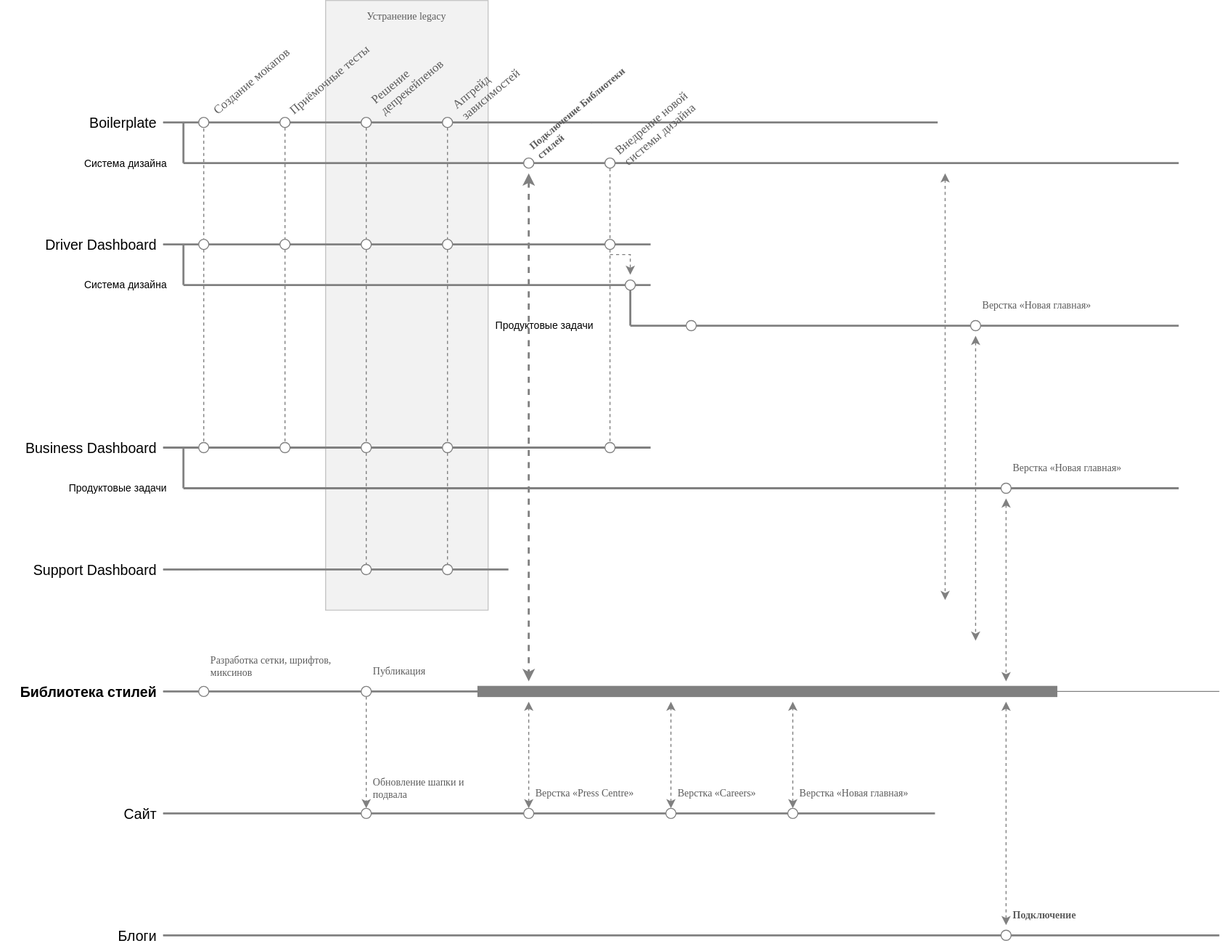
The draw.io diagram web-roadmaps.svg in ajile/draw-io, before a commit. Source tidied: cells renumbered, new cells last; positions are measured from the earlier drawing's top-left corner, leaving out a move shared by most shapes.
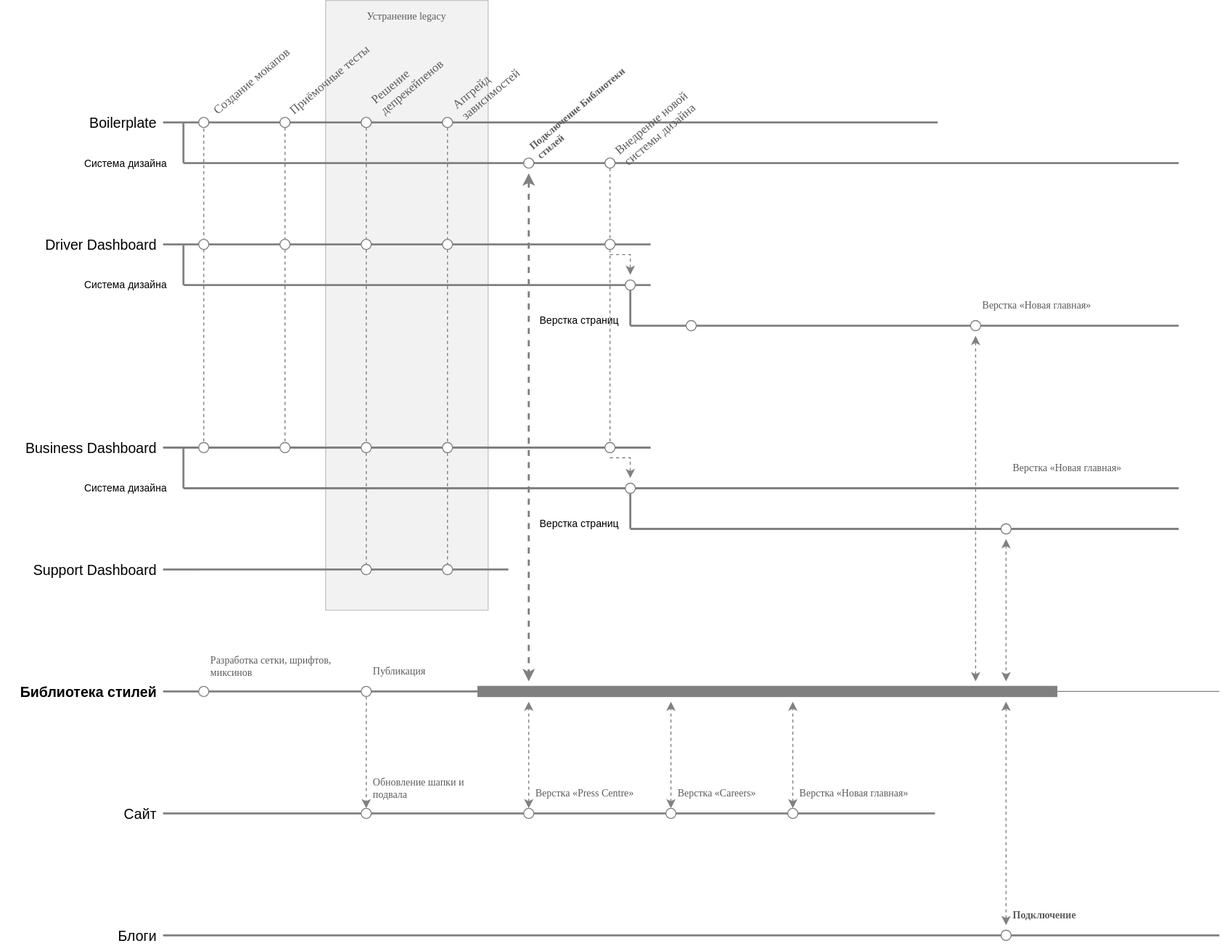
Above is the later version.

What changed in the source:
```diff
@@ -283,7 +283,7 @@
     <mxCell id="78" style="edgeStyle=orthogonalEdgeStyle;rounded=0;html=1;dashed=1;labelBackgroundColor=none;startArrow=classic;startFill=1;endArrow=classic;endFill=1;jettySize=auto;orthogonalLoop=1;strokeColor=#808080;strokeWidth=1;fontFamily=Verdana;fontSize=10;fontColor=#5C5C5C;" parent="1" edge="1">
       <mxGeometry relative="1" as="geometry">
         <mxPoint x="960" y="330" as="sourcePoint" />
-        <mxPoint x="960" y="630" as="targetPoint" />
+        <mxPoint x="960" y="670" as="targetPoint" />
       </mxGeometry>
     </mxCell>
     <mxCell id="79" style="endArrow=none;html=1;labelBackgroundColor=none;strokeColor=#808080;strokeWidth=2;fontFamily=Verdana;fontSize=12;fontColor=#5C5C5C;" parent="1" edge="1">
@@ -298,15 +298,12 @@
         <mxPoint x="180" y="440" as="targetPoint" />
       </mxGeometry>
     </mxCell>
-    <mxCell id="81" style="ellipse;whiteSpace=wrap;html=1;rounded=0;shadow=0;strokeColor=#808080;strokeWidth=1;fillColor=#ffffff;gradientColor=none;fontFamily=Verdana;fontSize=12;fontColor=#5C5C5C;align=left;" parent="1" vertex="1">
-      <mxGeometry x="985" y="475" width="10" height="10" as="geometry" />
-    </mxCell>
     <mxCell id="82" value="Верстка «Новая главная»" style="text;html=1;strokeColor=none;fillColor=none;align=left;verticalAlign=middle;whiteSpace=wrap;rounded=0;shadow=0;fontFamily=Verdana;fontSize=10;fontColor=#5C5C5C;horizontal=1;" parent="1" vertex="1">
       <mxGeometry x="995" y="450" width="165" height="20" as="geometry" />
     </mxCell>
     <mxCell id="83" style="edgeStyle=orthogonalEdgeStyle;rounded=0;html=1;dashed=1;labelBackgroundColor=none;startArrow=classic;startFill=1;endArrow=classic;endFill=1;jettySize=auto;orthogonalLoop=1;strokeColor=#808080;strokeWidth=1;fontFamily=Verdana;fontSize=10;fontColor=#5C5C5C;" parent="1" edge="1">
       <mxGeometry relative="1" as="geometry">
-        <mxPoint x="990" y="490" as="sourcePoint" />
+        <mxPoint x="990" y="530" as="sourcePoint" />
         <mxPoint x="990" y="670" as="targetPoint" />
       </mxGeometry>
     </mxCell>
@@ -328,12 +325,6 @@
     <mxCell id="87" value="Подключение Библиотеки стилей" style="text;html=1;strokeColor=none;fillColor=none;align=left;verticalAlign=middle;whiteSpace=wrap;rounded=0;shadow=0;fontFamily=Verdana;fontSize=10;fontColor=#5C5C5C;horizontal=1;fontStyle=1;rotation=-40;" parent="1" vertex="1">
       <mxGeometry x="510" y="95" width="125" height="30" as="geometry" />
     </mxCell>
-    <mxCell id="88" style="edgeStyle=orthogonalEdgeStyle;rounded=0;html=1;dashed=1;labelBackgroundColor=none;startArrow=classic;startFill=1;endArrow=classic;endFill=1;jettySize=auto;orthogonalLoop=1;strokeColor=#808080;strokeWidth=1;fontFamily=Verdana;fontSize=10;fontColor=#5C5C5C;" parent="1" edge="1">
-      <mxGeometry relative="1" as="geometry">
-        <mxPoint x="930" y="170" as="sourcePoint" />
-        <mxPoint x="930" y="590" as="targetPoint" />
-      </mxGeometry>
-    </mxCell>
     <mxCell id="89" style="edgeStyle=orthogonalEdgeStyle;rounded=0;html=1;dashed=1;labelBackgroundColor=none;startArrow=classic;startFill=1;endArrow=classic;endFill=1;jettySize=auto;orthogonalLoop=1;strokeColor=#808080;strokeWidth=1;fontFamily=Verdana;fontSize=10;fontColor=#5C5C5C;" parent="1" edge="1">
       <mxGeometry relative="1" as="geometry">
         <mxPoint x="780" y="795" as="sourcePoint" />
@@ -373,12 +364,9 @@
     <mxCell id="97" value="&lt;div style=&quot;text-align: left; font-size: 10px;&quot;&gt;Система дизайна&lt;/div&gt;" style="text;html=1;strokeColor=none;fillColor=none;align=right;verticalAlign=middle;whiteSpace=wrap;rounded=0;spacingRight=5;fontSize=10;" parent="1" vertex="1">
       <mxGeometry x="50" y="150" width="120" height="20" as="geometry" />
     </mxCell>
-    <mxCell id="98" value="&lt;div style=&quot;text-align: left ; font-size: 10px&quot;&gt;Продуктовые задачи&lt;/div&gt;" style="text;html=1;strokeColor=none;fillColor=none;align=right;verticalAlign=middle;whiteSpace=wrap;rounded=0;spacingRight=5;fontSize=10;" parent="1" vertex="1">
-      <mxGeometry x="470" y="310" width="120" height="20" as="geometry" />
+    <mxCell id="98" value="&lt;div style=&quot;text-align: left ; font-size: 10px&quot;&gt;Верстка страниц&lt;/div&gt;" style="text;html=1;strokeColor=none;fillColor=none;align=right;verticalAlign=middle;whiteSpace=wrap;rounded=0;spacingRight=5;fontSize=10;" parent="1" vertex="1">
+      <mxGeometry x="495" y="305" width="120" height="20" as="geometry" />
     </mxCell>
-    <mxCell id="99" value="&lt;div style=&quot;text-align: left ; font-size: 10px&quot;&gt;Продуктовые задачи&lt;/div&gt;" style="text;html=1;strokeColor=none;fillColor=none;align=right;verticalAlign=middle;whiteSpace=wrap;rounded=0;spacingRight=5;fontSize=10;" parent="1" vertex="1">
-      <mxGeometry x="50" y="470" width="120" height="20" as="geometry" />
-    </mxCell>
     <mxCell id="100" style="edgeStyle=none;rounded=0;html=1;exitX=0.5;exitY=1;entryX=0.5;entryY=1;dashed=1;labelBackgroundColor=none;startArrow=classic;startFill=1;endArrow=classic;endFill=1;jettySize=auto;orthogonalLoop=1;strokeColor=#808080;strokeWidth=1;fontFamily=Verdana;fontSize=10;fontColor=#5C5C5C;" parent="1" edge="1" source="87" target="87">
       <mxGeometry relative="1" as="geometry" />
     </mxCell>
@@ -435,5 +423,35 @@
     <mxCell id="114" style="ellipse;whiteSpace=wrap;html=1;rounded=0;shadow=0;strokeColor=#808080;strokeWidth=1;fillColor=#ffffff;gradientColor=none;fontFamily=Verdana;fontSize=12;fontColor=#5C5C5C;align=left;" parent="1" vertex="1">
       <mxGeometry x="595" y="435" width="10" height="10" as="geometry" />
     </mxCell>
+    <mxCell id="115" style="endArrow=none;html=1;labelBackgroundColor=none;strokeColor=#808080;strokeWidth=2;fontFamily=Verdana;fontSize=12;fontColor=#5C5C5C;" parent="1" edge="1">
+      <mxGeometry relative="1" as="geometry">
+        <mxPoint x="620" y="520" as="sourcePoint" />
+        <mxPoint x="620" y="480" as="targetPoint" />
+      </mxGeometry>
+    </mxCell>
+    <mxCell id="116" style="ellipse;whiteSpace=wrap;html=1;rounded=0;shadow=0;strokeColor=#808080;strokeWidth=1;fillColor=#ffffff;gradientColor=none;fontFamily=Verdana;fontSize=12;fontColor=#5C5C5C;align=left;" parent="1" vertex="1">
+      <mxGeometry x="615" y="475" width="10" height="10" as="geometry" />
+    </mxCell>
+    <mxCell id="117" style="endArrow=none;html=1;labelBackgroundColor=none;strokeColor=#808080;strokeWidth=2;fontFamily=Verdana;fontSize=12;fontColor=#5C5C5C;" parent="1" edge="1">
+      <mxGeometry relative="1" as="geometry">
+        <mxPoint x="620" y="520" as="sourcePoint" />
+        <mxPoint x="1160" y="520" as="targetPoint" />
+      </mxGeometry>
+    </mxCell>
+    <mxCell id="118" style="edgeStyle=orthogonalEdgeStyle;rounded=0;html=1;dashed=1;labelBackgroundColor=none;startArrow=none;startFill=0;endArrow=classic;endFill=1;jettySize=auto;orthogonalLoop=1;strokeColor=#808080;strokeWidth=1;fontFamily=Verdana;fontSize=10;fontColor=#5C5C5C;" parent="1" edge="1">
+      <mxGeometry relative="1" as="geometry">
+        <mxPoint x="600" y="450" as="sourcePoint" />
+        <mxPoint x="620" y="470" as="targetPoint" />
+      </mxGeometry>
+    </mxCell>
+    <mxCell id="119" value="&lt;div style=&quot;text-align: left; font-size: 10px;&quot;&gt;Система дизайна&lt;/div&gt;" style="text;html=1;strokeColor=none;fillColor=none;align=right;verticalAlign=middle;whiteSpace=wrap;rounded=0;spacingRight=5;fontSize=10;" parent="1" vertex="1">
+      <mxGeometry x="50" y="470" width="120" height="20" as="geometry" />
+    </mxCell>
+    <mxCell id="120" value="&lt;div style=&quot;text-align: left ; font-size: 10px&quot;&gt;Верстка страниц&lt;/div&gt;" style="text;html=1;strokeColor=none;fillColor=none;align=right;verticalAlign=middle;whiteSpace=wrap;rounded=0;spacingRight=5;fontSize=10;" parent="1" vertex="1">
+      <mxGeometry x="495" y="505" width="120" height="20" as="geometry" />
+    </mxCell>
+    <mxCell id="81" style="ellipse;whiteSpace=wrap;html=1;rounded=0;shadow=0;strokeColor=#808080;strokeWidth=1;fillColor=#ffffff;gradientColor=none;fontFamily=Verdana;fontSize=12;fontColor=#5C5C5C;align=left;" parent="1" vertex="1">
+      <mxGeometry x="985" y="515" width="10" height="10" as="geometry" />
+    </mxCell>
   </root>
 </mxGraphModel>
```
